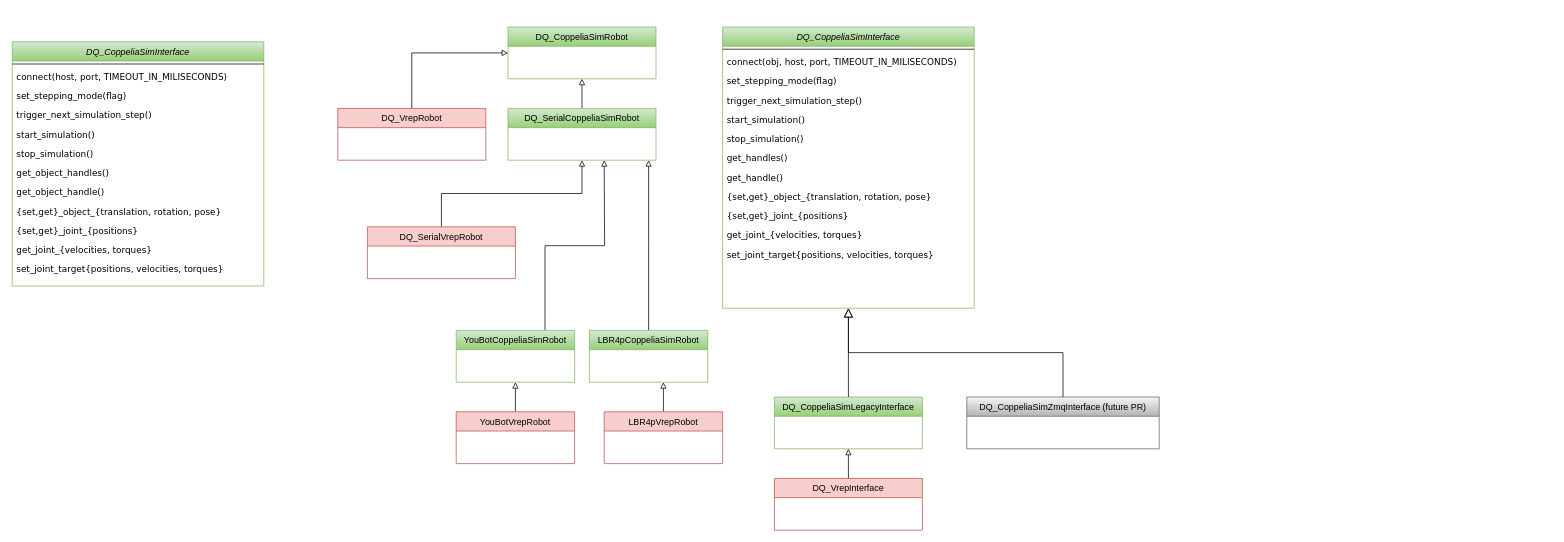
The draw.io diagram DQ_CoppeliaSimInterface.drawio in juanjqo/draw_io_diagrams_test, before the edit. Source tidied: cells renumbered, new cells numbered last; positions are measured from the earlier drawing's top-left corner, leaving out a move shared by most shapes. Both pictures are drawn from the tidied source at 74%, with x=0, y=0 at pixel (12, 27).
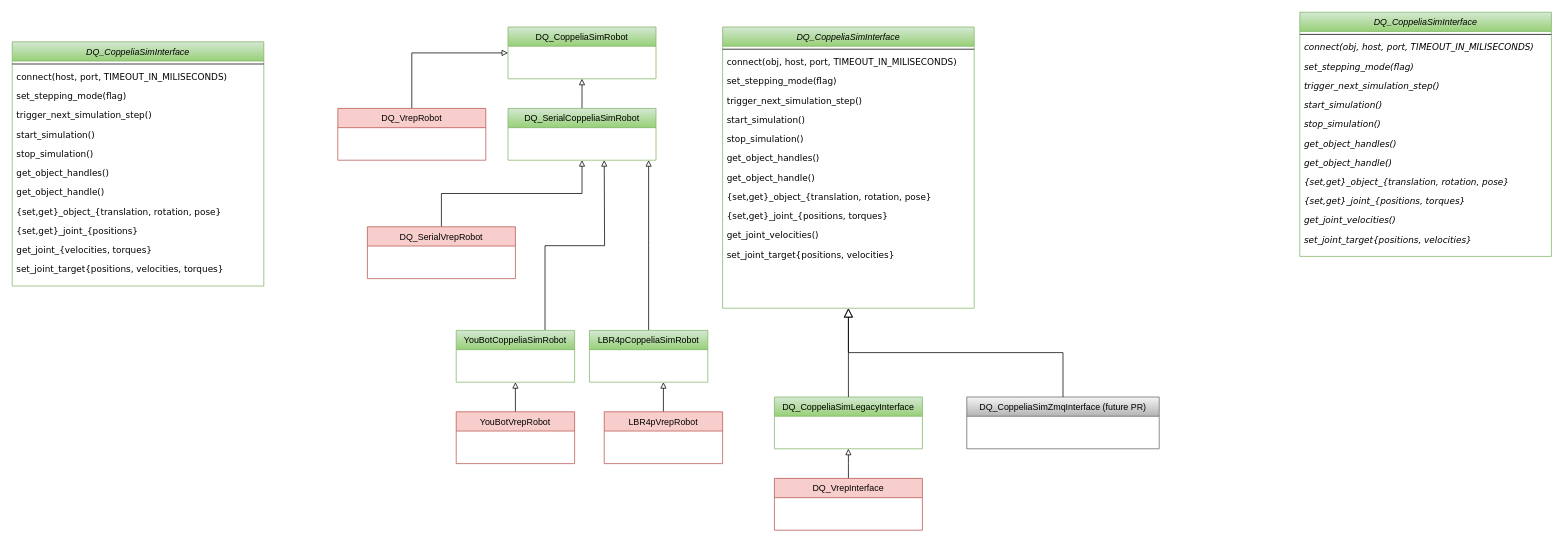
The same diagram, later.

The change refers to these unchanged cells:
```xml
<mxCell id="2" value="DQ_CoppeliaSimInterface" style="swimlane;fontStyle=2;align=center;verticalAlign=top;horizontal=1;startSize=26;rounded=0;shadow=0;strokeWidth=1;fillColor=#d5e8d4;gradientColor=#97d077;strokeColor=#82b366;" parent="1" vertex="1">
  <mxGeometry x="960" width="340" height="380" as="geometry" />
</mxCell>
```

What changed in the source:
```diff
@@
-    <mxCell id="9" value="get_handles()" style="text;align=left;verticalAlign=top;spacingLeft=4;spacingRight=4;overflow=hidden;fontFamily=Verdana;" parent="2" vertex="1">
+    <mxCell id="9" value="get_object_handles()" style="text;align=left;verticalAlign=top;spacingLeft=4;spacingRight=4;overflow=hidden;fontFamily=Verdana;" parent="2" vertex="1">
       <mxGeometry y="164" width="340" height="26" as="geometry" />
     </mxCell>
-    <mxCell id="10" value="get_handle()" style="text;align=left;verticalAlign=top;spacingLeft=4;spacingRight=4;overflow=hidden;fontFamily=Verdana;" parent="2" vertex="1">
+    <mxCell id="10" value="get_object_handle()" style="text;align=left;verticalAlign=top;spacingLeft=4;spacingRight=4;overflow=hidden;fontFamily=Verdana;" parent="2" vertex="1">
       <mxGeometry y="190" width="340" height="26" as="geometry" />
     </mxCell>
@@
-    <mxCell id="12" value="{set,get}_joint_{positions}" style="text;align=left;verticalAlign=top;spacingLeft=4;spacingRight=4;overflow=hidden;fontFamily=Verdana;" parent="2" vertex="1">
+    <mxCell id="12" value="{set,get}_joint_{positions, torques}" style="text;align=left;verticalAlign=top;spacingLeft=4;spacingRight=4;overflow=hidden;fontFamily=Verdana;" parent="2" vertex="1">
       <mxGeometry y="242" width="340" height="26" as="geometry" />
     </mxCell>
-    <mxCell id="13" value="get_joint_{velocities, torques}" style="text;align=left;verticalAlign=top;spacingLeft=4;spacingRight=4;overflow=hidden;fontFamily=Verdana;" parent="2" vertex="1">
+    <mxCell id="13" value="get_joint_velocities()" style="text;align=left;verticalAlign=top;spacingLeft=4;spacingRight=4;overflow=hidden;fontFamily=Verdana;" parent="2" vertex="1">
       <mxGeometry y="268" width="340" height="26" as="geometry" />
     </mxCell>
-    <mxCell id="14" value="set_joint_target{positions, velocities, torques}" style="text;align=left;verticalAlign=top;spacingLeft=4;spacingRight=4;overflow=hidden;fontFamily=Verdana;" parent="2" vertex="1">
+    <mxCell id="14" value="set_joint_target{positions, velocities}" style="text;align=left;verticalAlign=top;spacingLeft=4;spacingRight=4;overflow=hidden;fontFamily=Verdana;" parent="2" vertex="1">
       <mxGeometry y="294" width="340" height="26" as="geometry" />
     </mxCell>
@@
+    <mxCell id="49" value="DQ_CoppeliaSimInterface" style="swimlane;fontStyle=2;align=center;verticalAlign=top;horizontal=1;startSize=26;rounded=0;shadow=0;strokeWidth=1;fillColor=#d5e8d4;gradientColor=#97d077;strokeColor=#82b366;" parent="1" vertex="1">
+      <mxGeometry x="1740" y="-20" width="340" height="330" as="geometry" />
+    </mxCell>
+    <mxCell id="50" style="line;html=1;strokeWidth=1;align=left;verticalAlign=middle;spacingTop=-1;spacingLeft=3;spacingRight=3;labelPosition=right;" parent="49" vertex="1">
+      <mxGeometry y="26" width="340" height="8" as="geometry" />
+    </mxCell>
+    <mxCell id="51" value="connect(obj, host, port, TIMEOUT_IN_MILISECONDS)" style="text;align=left;verticalAlign=top;spacingLeft=4;spacingRight=4;overflow=hidden;fontFamily=Verdana;fontStyle=2;" parent="49" vertex="1">
+      <mxGeometry y="34" width="340" height="26" as="geometry" />
+    </mxCell>
+    <mxCell id="52" value="set_stepping_mode(flag)" style="text;align=left;verticalAlign=top;spacingLeft=4;spacingRight=4;overflow=hidden;fontFamily=Verdana;fontStyle=2;" parent="49" vertex="1">
+      <mxGeometry y="60" width="340" height="26" as="geometry" />
+    </mxCell>
+    <mxCell id="53" value="trigger_next_simulation_step()" style="text;align=left;verticalAlign=top;spacingLeft=4;spacingRight=4;overflow=hidden;fontFamily=Verdana;fontStyle=2;" parent="49" vertex="1">
+      <mxGeometry y="86" width="340" height="26" as="geometry" />
+    </mxCell>
+    <mxCell id="54" value="start_simulation()" style="text;align=left;verticalAlign=top;spacingLeft=4;spacingRight=4;overflow=hidden;fontFamily=Verdana;fontStyle=2;" parent="49" vertex="1">
+      <mxGeometry y="112" width="340" height="26" as="geometry" />
+    </mxCell>
+    <mxCell id="55" value="stop_simulation()" style="text;align=left;verticalAlign=top;spacingLeft=4;spacingRight=4;overflow=hidden;fontFamily=Verdana;fontStyle=2;" parent="49" vertex="1">
+      <mxGeometry y="138" width="340" height="26" as="geometry" />
+    </mxCell>
+    <mxCell id="56" value="get_object_handles()" style="text;align=left;verticalAlign=top;spacingLeft=4;spacingRight=4;overflow=hidden;fontFamily=Verdana;fontStyle=2;" parent="49" vertex="1">
+      <mxGeometry y="164" width="340" height="26" as="geometry" />
+    </mxCell>
+    <mxCell id="57" value="get_object_handle()" style="text;align=left;verticalAlign=top;spacingLeft=4;spacingRight=4;overflow=hidden;fontFamily=Verdana;fontStyle=2;" parent="49" vertex="1">
+      <mxGeometry y="190" width="340" height="26" as="geometry" />
+    </mxCell>
+    <mxCell id="58" value="{set,get}_object_{translation, rotation, pose}" style="text;align=left;verticalAlign=top;spacingLeft=4;spacingRight=4;overflow=hidden;fontFamily=Verdana;fontStyle=2;" parent="49" vertex="1">
+      <mxGeometry y="216" width="340" height="26" as="geometry" />
+    </mxCell>
+    <mxCell id="59" value="{set,get}_joint_{positions, torques}" style="text;align=left;verticalAlign=top;spacingLeft=4;spacingRight=4;overflow=hidden;fontFamily=Verdana;fontStyle=2;" parent="49" vertex="1">
+      <mxGeometry y="242" width="340" height="26" as="geometry" />
+    </mxCell>
+    <mxCell id="60" value="get_joint_velocities()" style="text;align=left;verticalAlign=top;spacingLeft=4;spacingRight=4;overflow=hidden;fontFamily=Verdana;fontStyle=2;" parent="49" vertex="1">
+      <mxGeometry y="268" width="340" height="26" as="geometry" />
+    </mxCell>
+    <mxCell id="61" value="set_joint_target{positions, velocities}" style="text;align=left;verticalAlign=top;spacingLeft=4;spacingRight=4;overflow=hidden;fontFamily=Verdana;fontStyle=2;" parent="49" vertex="1">
+      <mxGeometry y="294" width="340" height="26" as="geometry" />
+    </mxCell>
```
